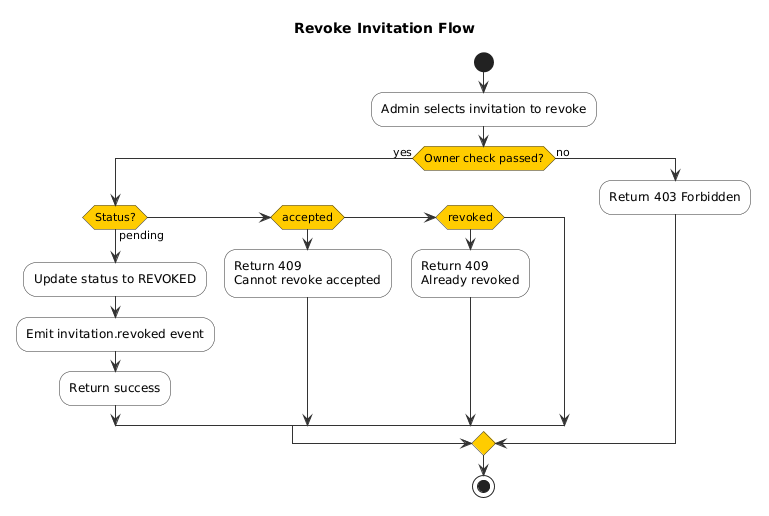
The PlantUML diagram modules/auth/images/activity/revoke-invitation-activity.png in namnh240795/document, before a commit.
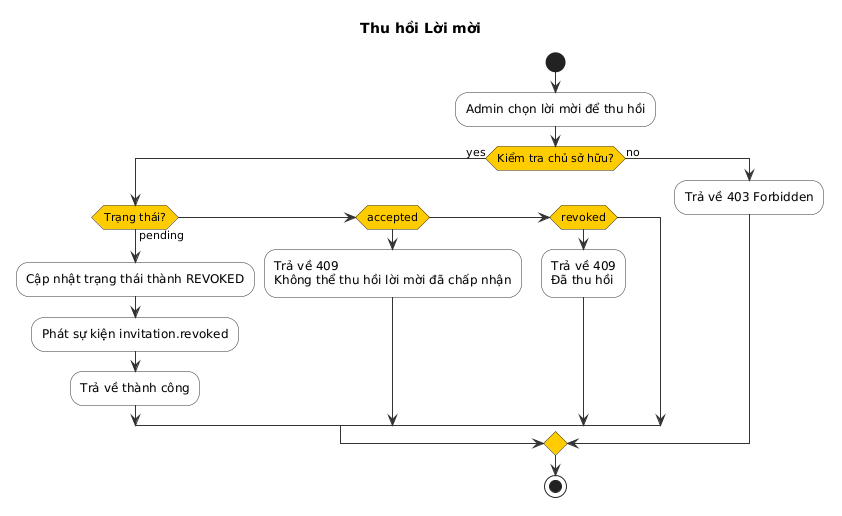
After the change.

Change to the diagram source:
```diff
@@ -8,24 +8,24 @@
   DiamondBorderColor #333333
 }
 
-title Revoke Invitation Flow
+title Thu hồi Lời mời
 
 start
 
-:Admin selects invitation to revoke;
+:Admin chọn lời mời để thu hồi;
 
-if (Owner check passed?) then (yes)
-  if (Status?) then (pending)
-    :Update status to REVOKED;
-    :Emit invitation.revoked event;
-    :Return success;
+if (Kiểm tra chủ sở hữu?) then (yes)
+  if (Trạng thái?) then (pending)
+    :Cập nhật trạng thái thành REVOKED;
+    :Phát sự kiện invitation.revoked;
+    :Trả về thành công;
   elseif (accepted) then
-    :Return 409\nCannot revoke accepted;
+    :Trả về 409\nKhông thể thu hồi lời mời đã chấp nhận;
   elseif (revoked) then
-    :Return 409\nAlready revoked;
+    :Trả về 409\nĐã thu hồi;
   endif
 else (no)
-  :Return 403 Forbidden;
+  :Trả về 403 Forbidden;
 endif
 
 stop
```
